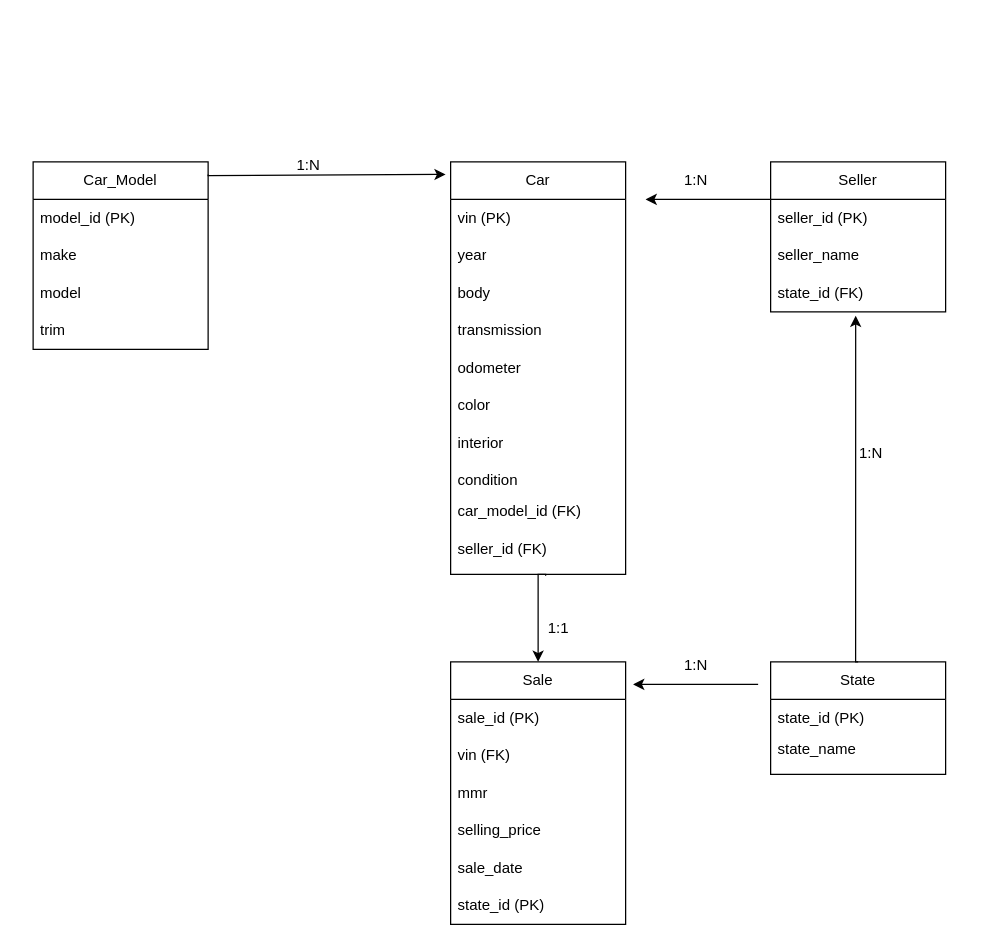
Earlier version of the draw.io diagram Diagrama sin título.drawio (delacortejm/CoderSQL). Source tidied: cells renumbered, new cells numbered last; positions are measured from the earlier drawing's top-left corner, leaving out a move shared by most shapes. Both pictures are drawn from the tidied source at 125%, with x=0, y=0 at pixel (32, 146).
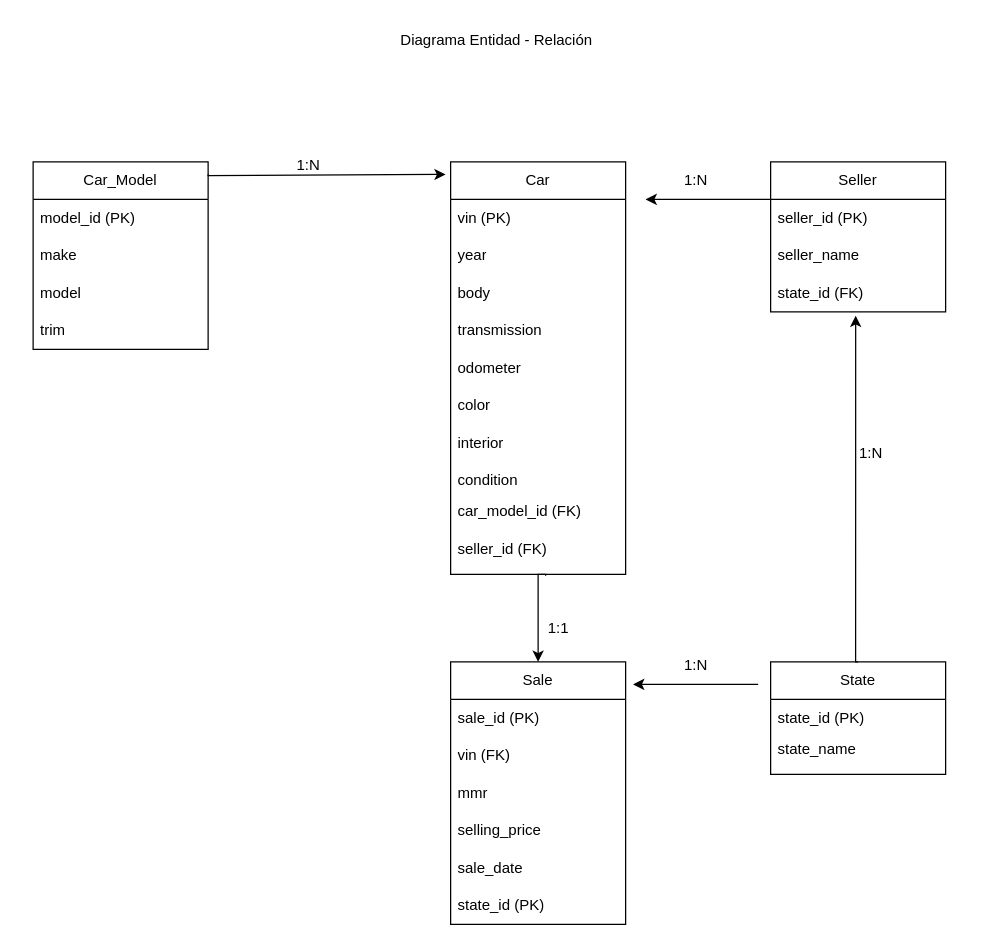
The same page after the edit.

Change to the diagram source:
```diff
@@
+    <mxCell id="42" value="Diagrama Entidad - Relación" style="text;html=1;align=center;verticalAlign=middle;whiteSpace=wrap;rounded=0;" parent="1" vertex="1">
+      <mxGeometry x="-9" y="-100" width="760" height="30" as="geometry" />
+    </mxCell>
```
